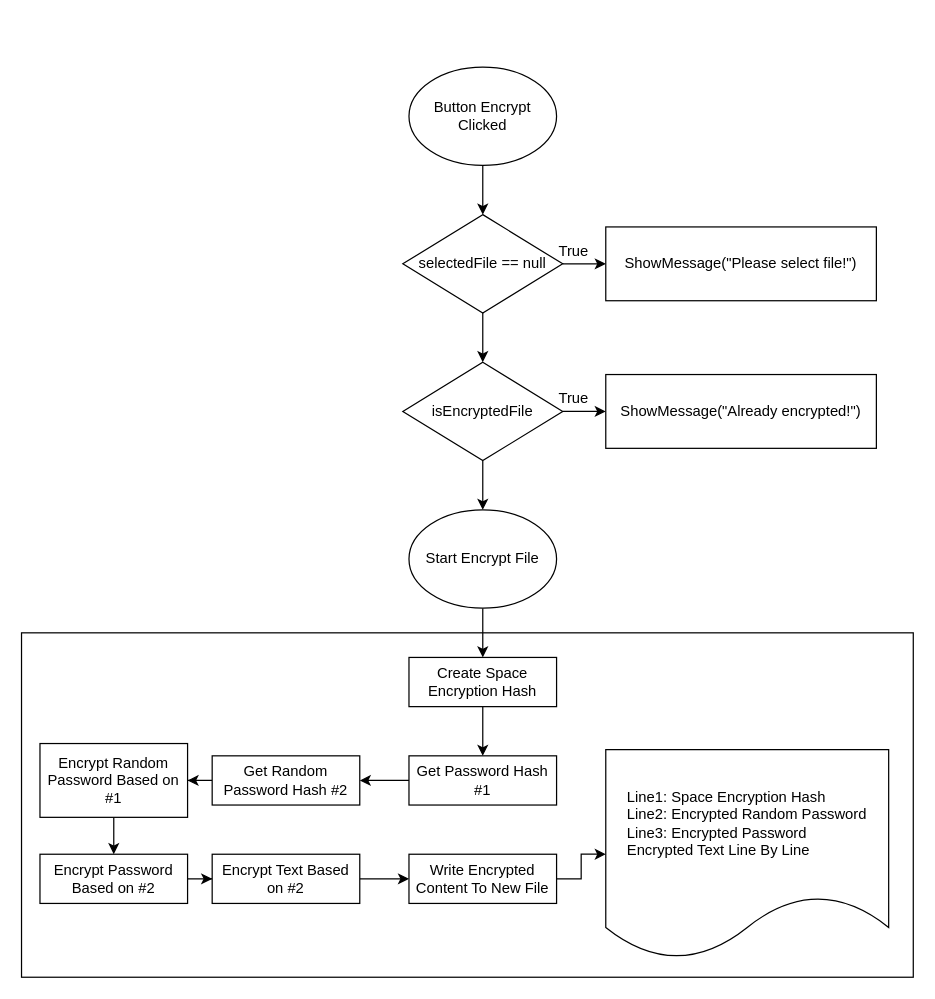
taiprogramer/space-encryption keeps this draw.io diagram as docs/draw.io/button_encrypt_clicked.drawio. Above is the earlier version. Source tidied: cells renumbered, new cells numbered last; positions are measured from the earlier drawing's top-left corner, leaving out a move shared by most shapes. Both pictures are drawn from the tidied source at 123%, with x=0, y=0 at pixel (21, 66).
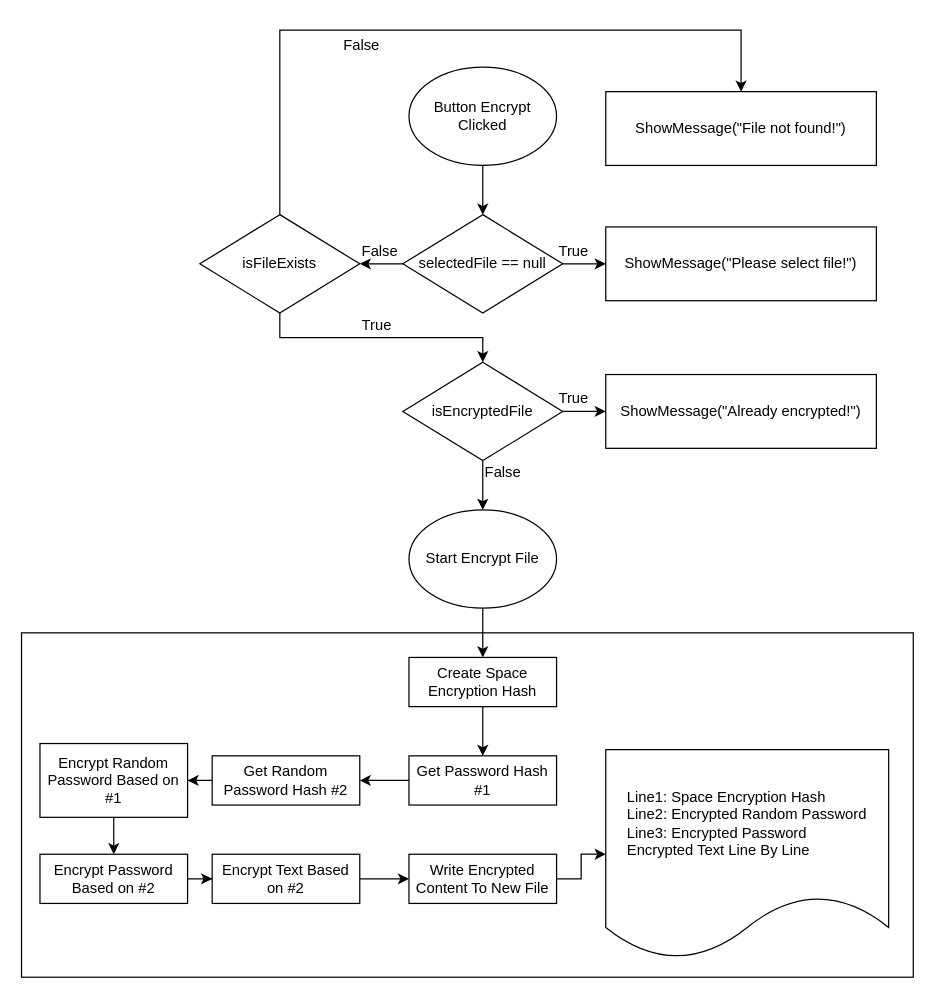
After the change.

Commit message (it also covers changes not shown here):
File Not Found Checked

The change refers to these unchanged cells:
```xml
<mxCell id="7" value="&lt;font style=&quot;font-size: 12px&quot;&gt;selectedFile == null&lt;/font&gt;" style="rhombus;whiteSpace=wrap;html=1;" parent="1" vertex="1">
  <mxGeometry x="310" y="120" width="130" height="80" as="geometry" />
</mxCell>
<mxCell id="12" value="&lt;font style=&quot;font-size: 12px&quot;&gt;isEncryptedFile&lt;/font&gt;" style="rhombus;whiteSpace=wrap;html=1;" parent="1" vertex="1">
  <mxGeometry x="310" y="240" width="130" height="80" as="geometry" />
</mxCell>
```

Diff of the diagram source:
```diff
@@
-    <mxCell id="6" style="edgeStyle=orthogonalEdgeStyle;rounded=0;jettySize=auto;html=1;" parent="1" edge="1" source="7" target="12">
-      <mxGeometry relative="1" as="geometry" />
-    </mxCell>
+    <mxCell id="32" style="edgeStyle=orthogonalEdgeStyle;rounded=0;jettySize=auto;html=1;" parent="1" edge="1" source="7" target="35">
+      <mxGeometry relative="1" as="geometry" />
+    </mxCell>
@@
+    <mxCell id="33" style="edgeStyle=orthogonalEdgeStyle;rounded=0;jettySize=auto;html=1;entryX=0.5;entryY=0;entryDx=0;entryDy=0;" parent="1" edge="1" source="35" target="36">
+      <mxGeometry relative="1" as="geometry">
+        <Array as="points">
+          <mxPoint x="210" y="-30" />
+          <mxPoint x="585" y="-30" />
+        </Array>
+      </mxGeometry>
+    </mxCell>
+    <mxCell id="34" style="edgeStyle=orthogonalEdgeStyle;rounded=0;jettySize=auto;html=1;entryX=0.5;entryY=0;entryDx=0;entryDy=0;" parent="1" edge="1" source="35" target="12">
+      <mxGeometry relative="1" as="geometry">
+        <Array as="points">
+          <mxPoint x="210" y="220" />
+          <mxPoint x="375" y="220" />
+        </Array>
+      </mxGeometry>
+    </mxCell>
+    <mxCell id="35" value="&lt;font style=&quot;font-size: 12px&quot;&gt;isFileExists&lt;/font&gt;" style="rhombus;whiteSpace=wrap;html=1;" parent="1" vertex="1">
+      <mxGeometry x="145" y="120" width="130" height="80" as="geometry" />
+    </mxCell>
+    <mxCell id="36" value="ShowMessage(&quot;File not found!&quot;)" style="rounded=0;whiteSpace=wrap;html=1;" parent="1" vertex="1">
+      <mxGeometry x="475" y="20" width="220" height="60" as="geometry" />
+    </mxCell>
+    <mxCell id="37" value="False" style="text;html=1;align=left;verticalAlign=top;spacingTop=-4;" parent="1" vertex="1">
+      <mxGeometry x="260" y="-27" width="40" height="20" as="geometry" />
+    </mxCell>
+    <mxCell id="38" value="True" style="text;html=1;align=left;verticalAlign=top;spacingTop=-4;" parent="1" vertex="1">
+      <mxGeometry x="275" y="200" width="40" height="20" as="geometry" />
+    </mxCell>
+    <mxCell id="39" value="False" style="text;html=1;align=left;verticalAlign=top;spacingTop=-4;" parent="1" vertex="1">
+      <mxGeometry x="275" y="140" width="40" height="20" as="geometry" />
+    </mxCell>
+    <mxCell id="40" value="False" style="text;html=1;align=left;verticalAlign=top;spacingTop=-4;" parent="1" vertex="1">
+      <mxGeometry x="375" y="320" width="40" height="20" as="geometry" />
+    </mxCell>
```
